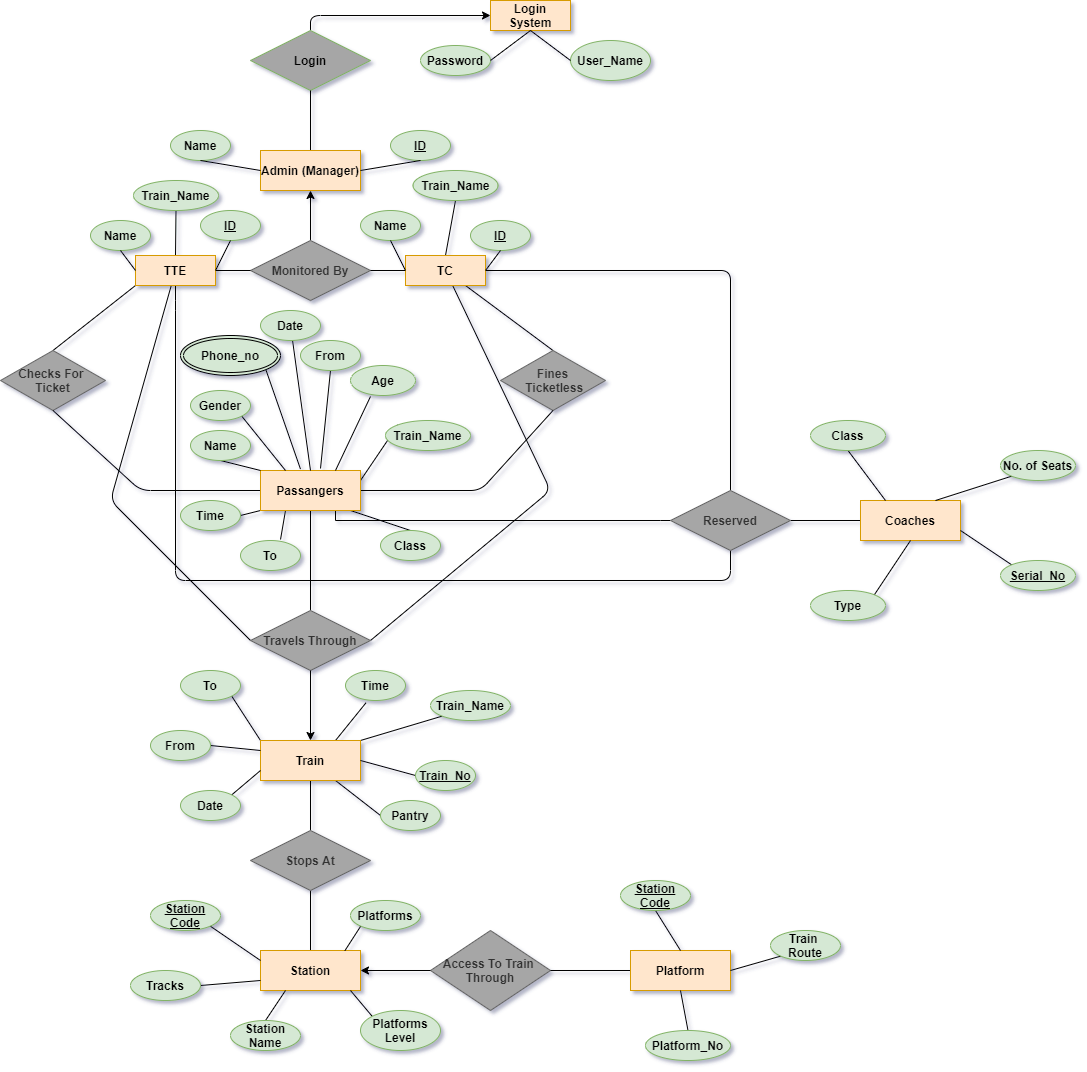
gameboy-stack/TTreserv keeps this draw.io diagram as ERdbmsFinal.png. Above is the earlier version. Source tidied: cells renumbered, new cells last; positions are measured from the earlier drawing's top-left corner, leaving out a move shared by most shapes.
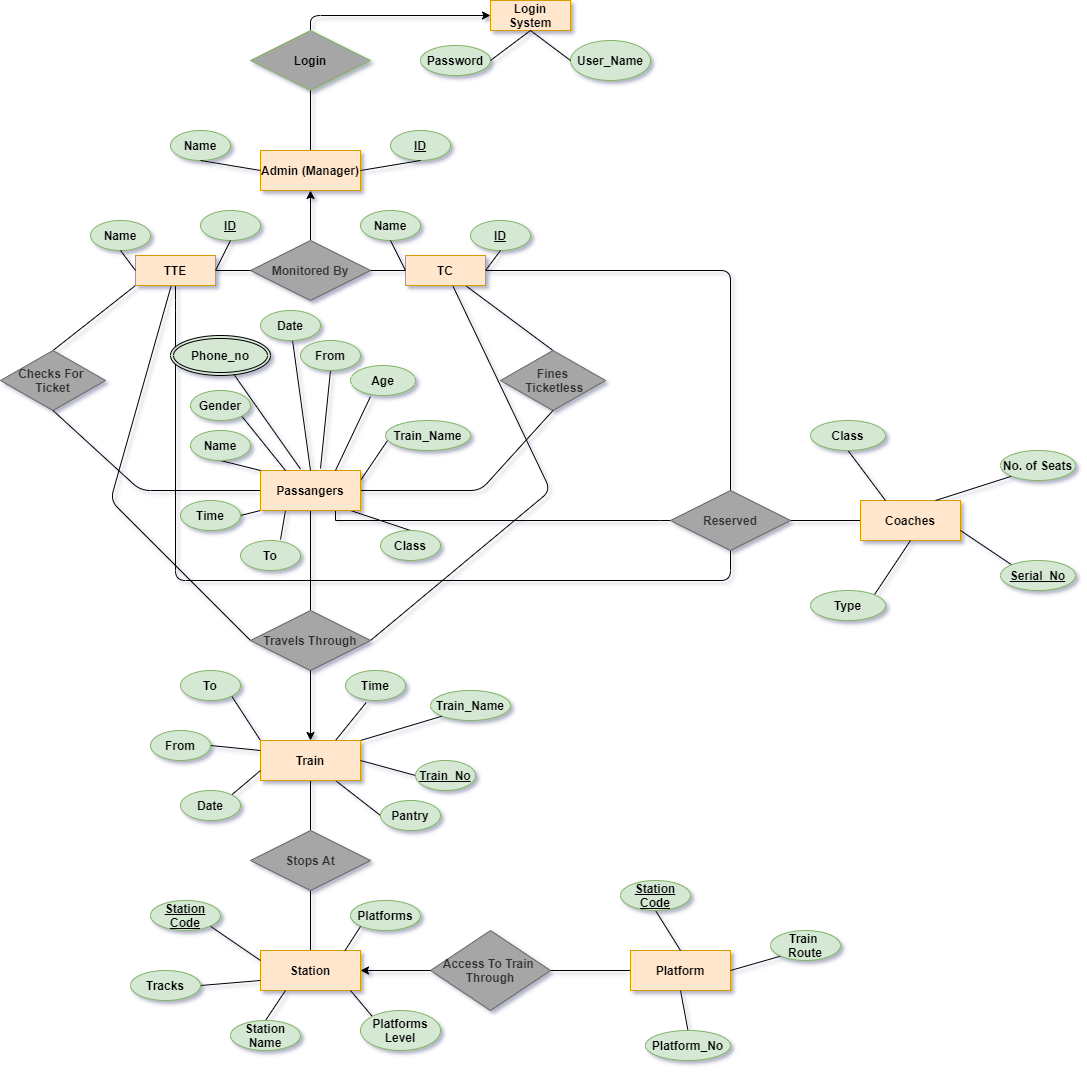
After the commit.

What changed in the source:
```diff
@@ -75,9 +75,6 @@
     <mxCell id="20" style="edgeStyle=none;rounded=0;jettySize=auto;html=1;exitX=0;exitY=1;exitDx=0;exitDy=0;entryX=0.5;entryY=0;entryDx=0;entryDy=0;fontColor=#333333;endArrow=none;" parent="1" edge="1" source="22" target="37">
       <mxGeometry relative="1" as="geometry" />
     </mxCell>
-    <mxCell id="21" style="edgeStyle=none;rounded=0;jettySize=auto;html=1;exitX=0.5;exitY=0;exitDx=0;exitDy=0;fontColor=#333333;endArrow=none;" parent="1" edge="1" source="22" target="120">
-      <mxGeometry relative="1" as="geometry" />
-    </mxCell>
     <mxCell id="22" value="&lt;b&gt;TTE&lt;/b&gt;" style="whiteSpace=wrap;html=1;align=center;strokeColor=#d79b00;fillColor=#ffe6cc;" parent="1" vertex="1">
       <mxGeometry x="135" y="255" width="80" height="30" as="geometry" />
     </mxCell>
@@ -113,9 +110,6 @@
         </Array>
       </mxGeometry>
     </mxCell>
-    <mxCell id="31" style="edgeStyle=none;rounded=0;jettySize=auto;html=1;exitX=0.5;exitY=0;exitDx=0;exitDy=0;entryX=0.5;entryY=1;entryDx=0;entryDy=0;fontColor=#333333;endArrow=none;" parent="1" edge="1" source="32" target="119">
-      <mxGeometry relative="1" as="geometry" />
-    </mxCell>
     <mxCell id="32" value="&lt;b&gt;TC&lt;/b&gt;" style="whiteSpace=wrap;html=1;align=center;strokeColor=#d79b00;fillColor=#ffe6cc;" parent="1" vertex="1">
       <mxGeometry x="405" y="255" width="80" height="30" as="geometry" />
     </mxCell>
@@ -191,7 +185,7 @@
     <mxCell id="51" value="&lt;b&gt;Gender&lt;/b&gt;" style="ellipse;whiteSpace=wrap;html=1;align=center;strokeColor=#82b366;fillColor=#d5e8d4;" parent="1" vertex="1">
       <mxGeometry x="190" y="390" width="60" height="30" as="geometry" />
     </mxCell>
-    <mxCell id="52" style="edgeStyle=none;jettySize=auto;html=1;exitX=1;exitY=1;exitDx=0;exitDy=0;entryX=0.4;entryY=-0.035;entryDx=0;entryDy=0;fontColor=#333333;endArrow=none;entryPerimeter=0;" parent="1" edge="1" source="121" target="47">
+    <mxCell id="52" style="edgeStyle=none;jettySize=auto;html=1;entryX=0.4;entryY=-0.035;entryDx=0;entryDy=0;fontColor=#333333;endArrow=none;entryPerimeter=0;" parent="1" edge="1" source="121" target="47">
       <mxGeometry relative="1" as="geometry" />
     </mxCell>
     <mxCell id="53" style="edgeStyle=none;jettySize=auto;html=1;entryX=0.75;entryY=0;entryDx=0;entryDy=0;fontColor=#333333;endArrow=none;" parent="1" edge="1" target="47">
@@ -403,14 +397,8 @@
     <mxCell id="118" value="&lt;b&gt;Train_Name&lt;/b&gt;" style="ellipse;whiteSpace=wrap;html=1;align=center;strokeColor=#82b366;fillColor=#d5e8d4;" parent="1" vertex="1">
       <mxGeometry x="430" y="690" width="80" height="30" as="geometry" />
     </mxCell>
-    <mxCell id="119" value="&lt;b&gt;Train_Name&lt;/b&gt;" style="ellipse;whiteSpace=wrap;html=1;align=center;fillColor=#d5e8d4;strokeColor=#82b366;" parent="1" vertex="1">
-      <mxGeometry x="412.5" y="170" width="85" height="30" as="geometry" />
-    </mxCell>
-    <mxCell id="120" value="&lt;b&gt;Train_Name&lt;/b&gt;" style="ellipse;whiteSpace=wrap;html=1;align=center;fillColor=#d5e8d4;strokeColor=#82b366;" parent="1" vertex="1">
-      <mxGeometry x="133" y="180" width="85" height="30" as="geometry" />
-    </mxCell>
     <mxCell id="121" value="&lt;b&gt;Phone_no&lt;/b&gt;" style="ellipse;shape=doubleEllipse;margin=3;whiteSpace=wrap;html=1;align=center;fillColor=#d5e8d4;strokeWidth=1;" parent="1" vertex="1">
-      <mxGeometry x="180" y="335" width="100" height="40" as="geometry" />
+      <mxGeometry x="170" y="335" width="100" height="40" as="geometry" />
     </mxCell>
   </root>
 </mxGraphModel>
```
